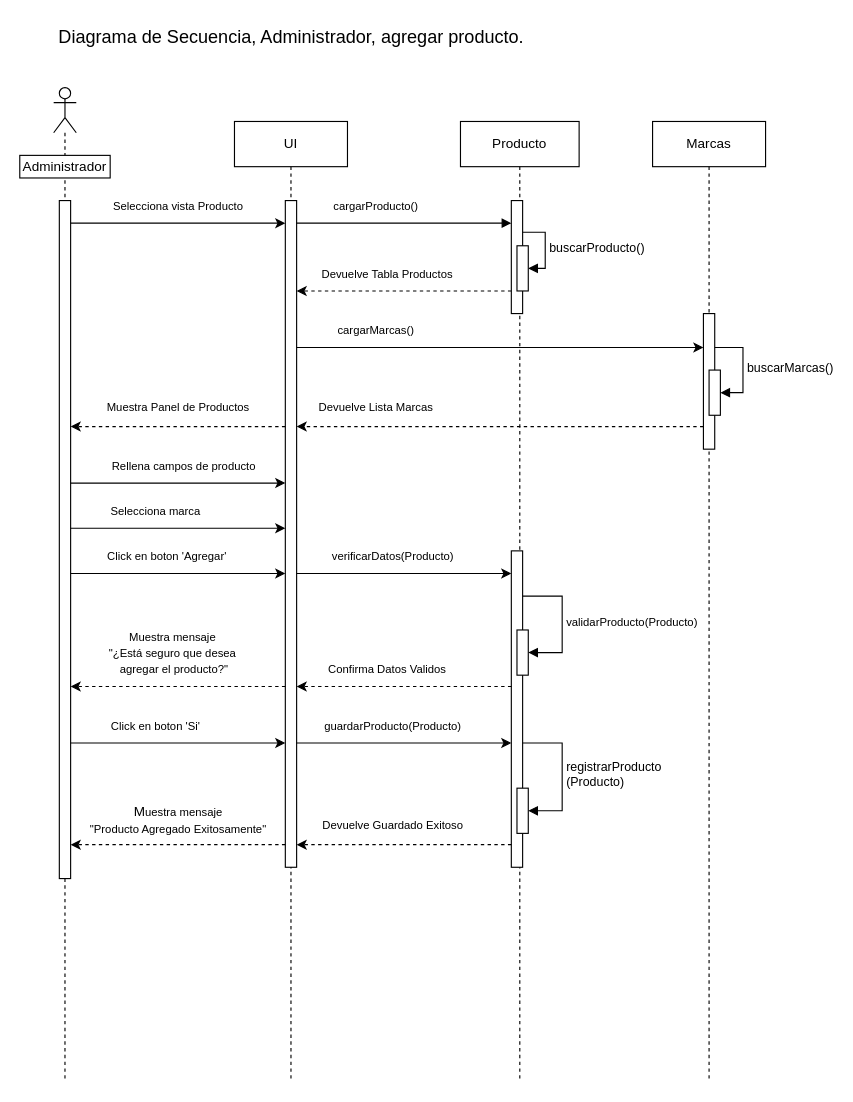
gabrielcapay/TecnoPunta keeps this draw.io diagram as Documento/Diagrama/DiagramaSecuencia_AgregarProducto.drawio. Above is the earlier version. Source tidied: cells renumbered, new cells numbered last; positions are measured from the earlier drawing's top-left corner, leaving out a move shared by most shapes. Both pictures are drawn from the tidied source at 113%, with x=0, y=0 at pixel (19, 19).
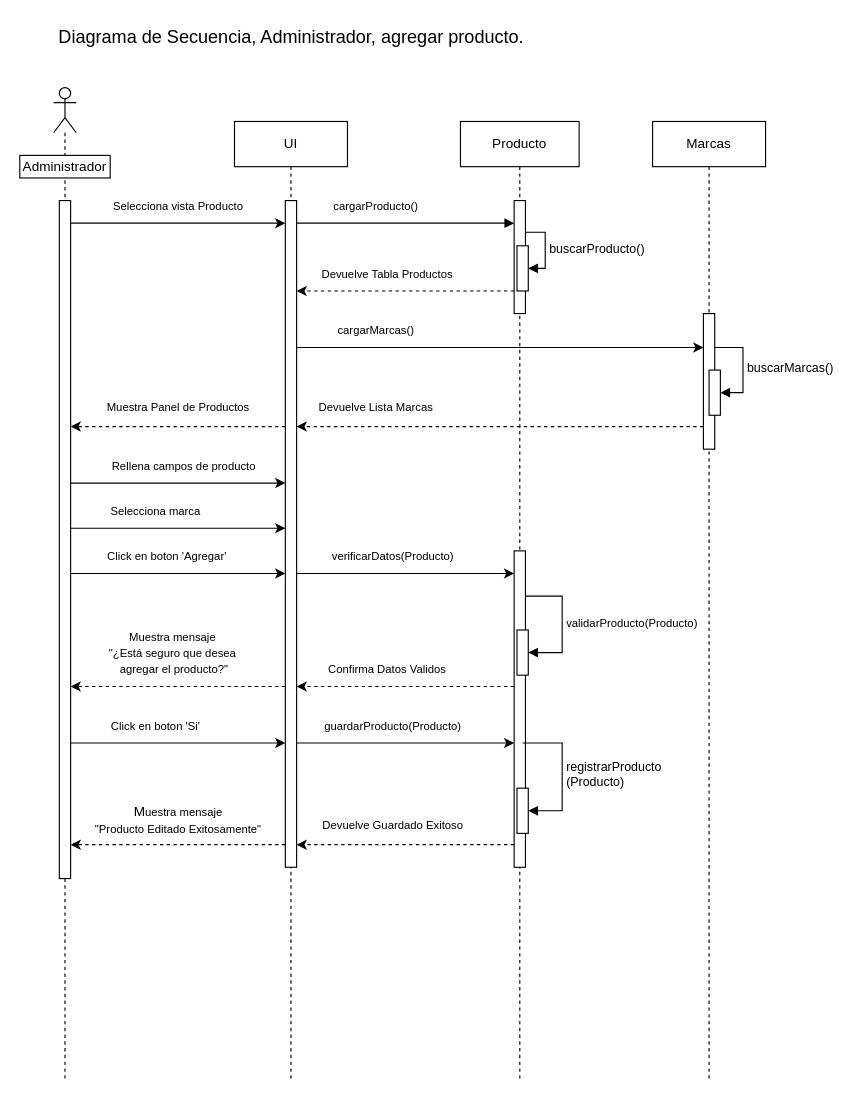
The same diagram, later.

Commit message (it also covers changes not shown here):
Diagrama de Secuencia Modificar Producto. Diagrama de Secuencia Agregar Producto actualizado. Modificacion de metodos.

Unchanged cells that the change refers to:
```xml
<mxCell id="4" value="Producto" style="shape=umlLifeline;perimeter=lifelinePerimeter;whiteSpace=wrap;html=1;newEdgeStyle={&quot;edgeStyle&quot;:&quot;elbowEdgeStyle&quot;,&quot;elbow&quot;:&quot;vertical&quot;,&quot;curved&quot;:0,&quot;rounded&quot;:0};labelBackgroundColor=none;" parent="1" vertex="1">
  <mxGeometry x="390" y="90" width="105" height="850" as="geometry" />
</mxCell>
```

What changed in the source:
```diff
@@
     <mxCell id="5" style="html=1;points=[];perimeter=orthogonalPerimeter;outlineConnect=0;targetShapes=umlLifeline;portConstraint=eastwest;newEdgeStyle={&quot;edgeStyle&quot;:&quot;elbowEdgeStyle&quot;,&quot;elbow&quot;:&quot;vertical&quot;,&quot;curved&quot;:0,&quot;rounded&quot;:0};labelBackgroundColor=none;" parent="4" vertex="1">
-      <mxGeometry x="45" y="70" width="10" height="100" as="geometry" />
+      <mxGeometry x="47.5" y="70" width="10" height="100" as="geometry" />
     </mxCell>
@@
     <mxCell id="8" style="html=1;points=[];perimeter=orthogonalPerimeter;outlineConnect=0;targetShapes=umlLifeline;portConstraint=eastwest;newEdgeStyle={&quot;edgeStyle&quot;:&quot;elbowEdgeStyle&quot;,&quot;elbow&quot;:&quot;vertical&quot;,&quot;curved&quot;:0,&quot;rounded&quot;:0};labelBackgroundColor=none;" parent="4" vertex="1">
-      <mxGeometry x="45" y="380" width="10" height="280" as="geometry" />
+      <mxGeometry x="47.5" y="380" width="10" height="280" as="geometry" />
     </mxCell>
@@
-    <mxCell id="49" value="M&lt;font style=&quot;font-size: 10px;&quot;&gt;uestra mensaje &lt;br&gt;&quot;Producto Agregado Exitosamente&quot;&lt;/font&gt;" style="text;html=1;align=center;verticalAlign=middle;strokeColor=none;fillColor=none;labelBackgroundColor=none;" parent="1" vertex="1">
-      <mxGeometry x="50" y="688" width="180" height="40" as="geometry" />
+    <mxCell id="49" value="M&lt;font style=&quot;font-size: 10px;&quot;&gt;uestra mensaje &lt;br&gt;&quot;Producto Editado Exitosamente&quot;&lt;/font&gt;" style="text;html=1;align=center;verticalAlign=middle;strokeColor=none;fillColor=none;labelBackgroundColor=none;" parent="1" vertex="1">
+      <mxGeometry x="55" y="688" width="170" height="40" as="geometry" />
     </mxCell>
```
